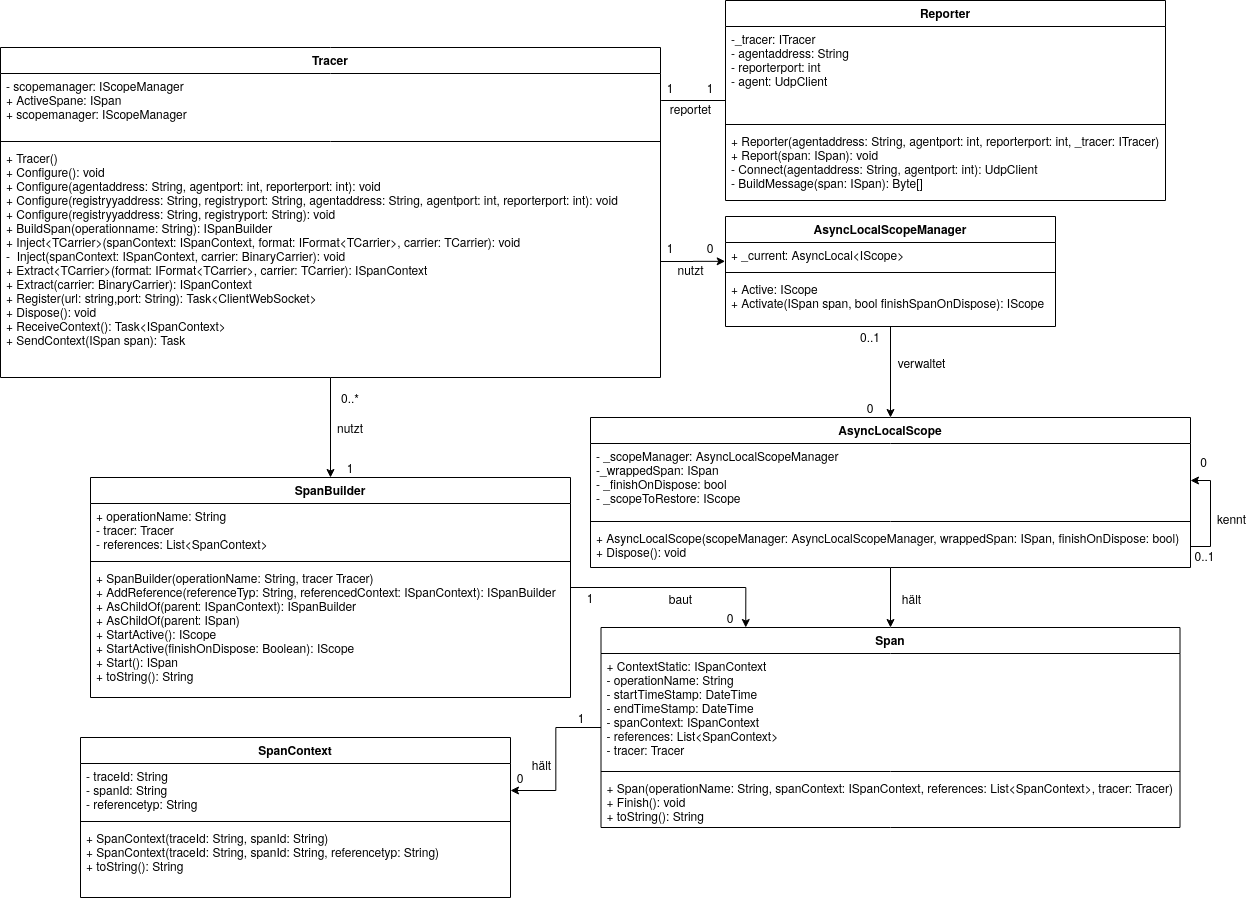
Earlier version of the draw.io export img/Implementierung/TraktorKlassendiagramm.png (Soockee/bachelor-thesis). Source tidied: cells renumbered, new cells last; positions are measured from the earlier drawing's top-left corner, leaving out a move shared by most shapes. The source it was exported from:
```xml
<mxGraphModel>
  <root>
    <mxCell id="0" />
    <mxCell id="1" parent="0" />
    <mxCell id="2" style="edgeStyle=orthogonalEdgeStyle;rounded=0;jettySize=auto;html=1;endArrow=classic;endFill=1;fontSize=12;entryX=0.25;entryY=0;entryDx=0;entryDy=0;" parent="1" edge="1" source="30" target="34">
      <mxGeometry relative="1" as="geometry" />
    </mxCell>
    <mxCell id="3" value="baut" style="text;html=1;align=center;verticalAlign=middle;fontSize=12;" parent="2" vertex="1">
      <mxGeometry x="0.2" y="-4" relative="1" as="geometry">
        <mxPoint x="-19.4" y="6" as="offset" />
      </mxGeometry>
    </mxCell>
    <mxCell id="4" style="edgeStyle=orthogonalEdgeStyle;rounded=0;jettySize=auto;html=1;endArrow=classic;endFill=1;fontSize=12;entryX=0.5;entryY=0;entryDx=0;entryDy=0;" parent="1" edge="1" source="54" target="30">
      <mxGeometry relative="1" as="geometry" />
    </mxCell>
    <mxCell id="5" style="edgeStyle=orthogonalEdgeStyle;rounded=0;jettySize=auto;html=1;endArrow=classic;endFill=1;fontSize=12;entryX=1;entryY=0.5;entryDx=0;entryDy=0;" parent="1" edge="1" source="34" target="39">
      <mxGeometry relative="1" as="geometry" />
    </mxCell>
    <mxCell id="6" value="hält" style="text;html=1;align=center;verticalAlign=middle;fontSize=12;" parent="5" vertex="1">
      <mxGeometry x="0.17" relative="1" as="geometry">
        <mxPoint x="-15.3" y="-8.2" as="offset" />
      </mxGeometry>
    </mxCell>
    <mxCell id="7" style="edgeStyle=orthogonalEdgeStyle;rounded=0;jettySize=auto;html=1;endArrow=none;endFill=0;fontSize=12;entryX=1.001;entryY=0.422;entryDx=0;entryDy=0;entryPerimeter=0;" parent="1" edge="1" source="15" target="55">
      <mxGeometry relative="1" as="geometry" />
    </mxCell>
    <mxCell id="8" value="reportet" style="text;html=1;align=center;verticalAlign=middle;fontSize=12;" parent="7" vertex="1">
      <mxGeometry x="0.27" y="-1" relative="1" as="geometry">
        <mxPoint x="6.1" y="8" as="offset" />
      </mxGeometry>
    </mxCell>
    <mxCell id="9" style="edgeStyle=orthogonalEdgeStyle;rounded=0;jettySize=auto;html=1;endArrow=classic;endFill=1;fontSize=12;entryX=0.5;entryY=0;entryDx=0;entryDy=0;" parent="1" edge="1" source="19" target="23">
      <mxGeometry relative="1" as="geometry" />
    </mxCell>
    <mxCell id="10" value="verwaltet" style="text;html=1;align=center;verticalAlign=middle;fontSize=12;" parent="9" vertex="1">
      <mxGeometry x="-0.22" y="2" relative="1" as="geometry">
        <mxPoint x="28" as="offset" />
      </mxGeometry>
    </mxCell>
    <mxCell id="11" style="edgeStyle=orthogonalEdgeStyle;rounded=0;jettySize=auto;html=1;endArrow=classic;endFill=1;fontSize=12;entryX=0.5;entryY=0;entryDx=0;entryDy=0;" parent="1" edge="1" source="23" target="34">
      <mxGeometry relative="1" as="geometry" />
    </mxCell>
    <mxCell id="12" value="hält" style="text;html=1;align=center;verticalAlign=middle;fontSize=12;" parent="11" vertex="1">
      <mxGeometry x="0.78" y="1" relative="1" as="geometry">
        <mxPoint x="19" y="-23.1" as="offset" />
      </mxGeometry>
    </mxCell>
    <mxCell id="13" style="edgeStyle=orthogonalEdgeStyle;rounded=0;jettySize=auto;html=1;endArrow=none;endFill=0;fontSize=12;entryX=1;entryY=0.5;entryDx=0;entryDy=0;exitX=-0.001;exitY=0.725;exitDx=0;exitDy=0;exitPerimeter=0;startArrow=classic;startFill=1;" parent="1" edge="1" source="20" target="57">
      <mxGeometry relative="1" as="geometry" />
    </mxCell>
    <mxCell id="14" value="nutzt" style="text;html=1;align=center;verticalAlign=middle;fontSize=12;" parent="13" vertex="1">
      <mxGeometry x="0.27" relative="1" as="geometry">
        <mxPoint x="6.5" y="7" as="offset" />
      </mxGeometry>
    </mxCell>
    <mxCell id="15" value="Reporter" style="swimlane;fontStyle=1;align=center;verticalAlign=top;horizontal=1;startSize=26;" parent="1" vertex="1">
      <mxGeometry x="725" width="440" height="200" as="geometry" />
    </mxCell>
    <mxCell id="16" value="-_tracer: ITracer&#10;- agentaddress: String&#10;- reporterport: int&#10;- agent: UdpClient&#10;" style="text;strokeColor=none;fillColor=none;align=left;verticalAlign=top;spacingLeft=4;spacingRight=4;overflow=hidden;" parent="15" vertex="1">
      <mxGeometry y="26" width="440" height="94" as="geometry" />
    </mxCell>
    <mxCell id="17" style="line;strokeWidth=1;fillColor=none;align=left;verticalAlign=middle;spacingTop=-1;spacingLeft=3;spacingRight=3;labelPosition=right;" parent="15" vertex="1">
      <mxGeometry y="120" width="440" height="8" as="geometry" />
    </mxCell>
    <mxCell id="18" value="+ Reporter(agentaddress: String, agentport: int, reporterport: int, _tracer: ITracer)&#10;+ Report(span: ISpan): void&#10;- Connect(agentaddress: String, agentport: int): UdpClient&#10;- BuildMessage(span: ISpan): Byte[]&#10;" style="text;strokeColor=none;fillColor=none;align=left;verticalAlign=top;spacingLeft=4;spacingRight=4;overflow=hidden;" parent="15" vertex="1">
      <mxGeometry y="128" width="440" height="72" as="geometry" />
    </mxCell>
    <mxCell id="19" value="AsyncLocalScopeManager" style="swimlane;fontStyle=1;align=center;verticalAlign=top;horizontal=1;startSize=26;fontSize=12;" parent="1" vertex="1">
      <mxGeometry x="725" y="216" width="330" height="110" as="geometry" />
    </mxCell>
    <mxCell id="20" value="+ _current: AsyncLocal&lt;IScope&gt;&#10;" style="text;strokeColor=none;fillColor=none;align=left;verticalAlign=top;spacingLeft=4;spacingRight=4;overflow=hidden;points=[[0,0.5],[1,0.5]];portConstraint=eastwest;" parent="19" vertex="1">
      <mxGeometry y="26" width="330" height="26" as="geometry" />
    </mxCell>
    <mxCell id="21" style="line;strokeWidth=1;fillColor=none;align=left;verticalAlign=middle;spacingTop=-1;spacingLeft=3;spacingRight=3;labelPosition=right;" parent="19" vertex="1">
      <mxGeometry y="52" width="330" height="8" as="geometry" />
    </mxCell>
    <mxCell id="22" value="+ Active: IScope&#10;+ Activate(ISpan span, bool finishSpanOnDispose): IScope&#10;" style="text;strokeColor=none;fillColor=none;align=left;verticalAlign=top;spacingLeft=4;spacingRight=4;overflow=hidden;" parent="19" vertex="1">
      <mxGeometry y="60" width="330" height="50" as="geometry" />
    </mxCell>
    <mxCell id="23" value="AsyncLocalScope" style="swimlane;fontStyle=1;align=center;verticalAlign=top;horizontal=1;startSize=26;fontSize=12;" parent="1" vertex="1">
      <mxGeometry x="590" y="417" width="600" height="150" as="geometry" />
    </mxCell>
    <mxCell id="24" value="- _scopeManager: AsyncLocalScopeManager&#10;        -_wrappedSpan: ISpan&#10;        - _finishOnDispose: bool&#10;                - _scopeToRestore: IScope" style="text;strokeColor=none;fillColor=none;align=left;verticalAlign=top;spacingLeft=4;spacingRight=4;overflow=hidden;points=[[0,0.5],[1,0.5]];portConstraint=eastwest;" parent="23" vertex="1">
      <mxGeometry y="26" width="600" height="74" as="geometry" />
    </mxCell>
    <mxCell id="25" style="line;strokeWidth=1;fillColor=none;align=left;verticalAlign=middle;spacingTop=-1;spacingLeft=3;spacingRight=3;labelPosition=right;" parent="23" vertex="1">
      <mxGeometry y="100" width="600" height="8" as="geometry" />
    </mxCell>
    <mxCell id="26" value="+ AsyncLocalScope(scopeManager: AsyncLocalScopeManager, wrappedSpan: ISpan, finishOnDispose:  bool)&#10;+ Dispose(): void&#10;" style="text;strokeColor=none;fillColor=none;align=left;verticalAlign=top;spacingLeft=4;spacingRight=4;overflow=hidden;points=[[0,0.5],[1,0.5]];portConstraint=eastwest;" parent="23" vertex="1">
      <mxGeometry y="108" width="600" height="42" as="geometry" />
    </mxCell>
    <mxCell id="27" style="edgeStyle=orthogonalEdgeStyle;rounded=0;jettySize=auto;html=1;endArrow=none;endFill=0;fontSize=12;entryX=1;entryY=0.5;entryDx=0;entryDy=0;exitX=1;exitY=0.5;exitDx=0;exitDy=0;startArrow=classic;startFill=1;" parent="23" edge="1" source="24" target="26">
      <mxGeometry relative="1" as="geometry">
        <Array as="points">
          <mxPoint x="620" y="63" />
          <mxPoint x="620" y="129" />
        </Array>
      </mxGeometry>
    </mxCell>
    <mxCell id="28" value="0..1" style="text;html=1;align=center;verticalAlign=middle;fontSize=12;" parent="27" vertex="1">
      <mxGeometry x="0.18" y="-4" relative="1" as="geometry">
        <mxPoint x="-3" y="30.6" as="offset" />
      </mxGeometry>
    </mxCell>
    <mxCell id="29" value="kennt" style="text;html=1;align=center;verticalAlign=middle;fontSize=12;" parent="27" vertex="1">
      <mxGeometry x="-0.12" y="2" relative="1" as="geometry">
        <mxPoint x="18" y="10.2" as="offset" />
      </mxGeometry>
    </mxCell>
    <mxCell id="30" value="SpanBuilder" style="swimlane;fontStyle=1;align=center;verticalAlign=top;horizontal=1;startSize=26;fontSize=12;" parent="1" vertex="1">
      <mxGeometry x="90" y="477" width="480" height="220" as="geometry" />
    </mxCell>
    <mxCell id="31" value="+ operationName: String&#10;- tracer: Tracer&#10;- references: List&lt;SpanContext&gt;&#10;" style="text;strokeColor=none;fillColor=none;align=left;verticalAlign=top;spacingLeft=4;spacingRight=4;overflow=hidden;fontStyle=0;" parent="30" vertex="1">
      <mxGeometry y="26" width="480" height="54" as="geometry" />
    </mxCell>
    <mxCell id="32" style="line;strokeWidth=1;fillColor=none;align=left;verticalAlign=middle;spacingTop=-1;spacingLeft=3;spacingRight=3;labelPosition=right;" parent="30" vertex="1">
      <mxGeometry y="80" width="480" height="8" as="geometry" />
    </mxCell>
    <mxCell id="33" value="+ SpanBuilder(operationName: String, tracer Tracer)&#10;+ AddReference(referenceTyp: String, referencedContext: ISpanContext): ISpanBuilder&#10;+ AsChildOf(parent: ISpanContext): ISpanBuilder&#10;+ AsChildOf(parent: ISpan)&#10;+ StartActive(): IScope&#10;+ StartActive(finishOnDispose: Boolean): IScope&#10;+ Start(): ISpan&#10;+ toString(): String&#10;" style="text;strokeColor=none;fillColor=none;align=left;verticalAlign=top;spacingLeft=4;spacingRight=4;overflow=hidden;" parent="30" vertex="1">
      <mxGeometry y="88" width="480" height="132" as="geometry" />
    </mxCell>
    <mxCell id="34" value="Span" style="swimlane;fontStyle=1;align=center;verticalAlign=top;horizontal=1;startSize=26;" parent="1" vertex="1">
      <mxGeometry x="600.5" y="627" width="579" height="200" as="geometry" />
    </mxCell>
    <mxCell id="35" value="+ ContextStatic: ISpanContext&#10;        - operationName: String&#10;        - startTimeStamp: DateTime&#10;        - endTimeStamp: DateTime&#10;        - spanContext: ISpanContext&#10;        - references: List&lt;SpanContext&gt;&#10;- tracer: Tracer" style="text;strokeColor=none;fillColor=none;align=left;verticalAlign=top;spacingLeft=4;spacingRight=4;overflow=hidden;" parent="34" vertex="1">
      <mxGeometry y="26" width="579" height="114" as="geometry" />
    </mxCell>
    <mxCell id="36" style="line;strokeWidth=1;fillColor=none;align=left;verticalAlign=middle;spacingTop=-1;spacingLeft=3;spacingRight=3;labelPosition=right;" parent="34" vertex="1">
      <mxGeometry y="140" width="579" height="8" as="geometry" />
    </mxCell>
    <mxCell id="37" value="+ Span(operationName: String, spanContext: ISpanContext, references: List&lt;SpanContext&gt;, tracer: Tracer)&#10;+ Finish(): void&#10;+ toString(): String&#10;" style="text;strokeColor=none;fillColor=none;align=left;verticalAlign=top;spacingLeft=4;spacingRight=4;overflow=hidden;" parent="34" vertex="1">
      <mxGeometry y="148" width="579" height="52" as="geometry" />
    </mxCell>
    <mxCell id="38" value="SpanContext" style="swimlane;fontStyle=1;align=center;verticalAlign=top;horizontal=1;startSize=26;fontSize=12;" parent="1" vertex="1">
      <mxGeometry x="80" y="737" width="430" height="160" as="geometry" />
    </mxCell>
    <mxCell id="39" value="- traceId: String&#10;        - spanId: String&#10;        - referencetyp: String&#10;" style="text;strokeColor=none;fillColor=none;align=left;verticalAlign=top;spacingLeft=4;spacingRight=4;overflow=hidden;points=[[0,0.5],[1,0.5]];portConstraint=eastwest;" parent="38" vertex="1">
      <mxGeometry y="26" width="430" height="54" as="geometry" />
    </mxCell>
    <mxCell id="40" style="line;strokeWidth=1;fillColor=none;align=left;verticalAlign=middle;spacingTop=-1;spacingLeft=3;spacingRight=3;labelPosition=right;" parent="38" vertex="1">
      <mxGeometry y="80" width="430" height="8" as="geometry" />
    </mxCell>
    <mxCell id="41" value="+ SpanContext(traceId: String, spanId: String)&#10;+ SpanContext(traceId: String, spanId: String, referencetyp: String)&#10;+ toString(): String&#10;" style="text;strokeColor=none;fillColor=none;align=left;verticalAlign=top;spacingLeft=4;spacingRight=4;overflow=hidden;" parent="38" vertex="1">
      <mxGeometry y="88" width="430" height="72" as="geometry" />
    </mxCell>
    <mxCell id="42" value="nutzt" style="text;html=1;strokeColor=none;fillColor=none;align=center;verticalAlign=middle;whiteSpace=wrap;rounded=0;fontSize=12;" parent="1" vertex="1">
      <mxGeometry x="330" y="417" width="40" height="20" as="geometry" />
    </mxCell>
    <mxCell id="43" value="0..*" style="text;html=1;strokeColor=none;fillColor=none;align=center;verticalAlign=middle;whiteSpace=wrap;rounded=0;fontSize=12;" parent="1" vertex="1">
      <mxGeometry x="330" y="387" width="40" height="20" as="geometry" />
    </mxCell>
    <mxCell id="44" value="1" style="text;html=1;strokeColor=none;fillColor=none;align=center;verticalAlign=middle;whiteSpace=wrap;rounded=0;fontSize=12;" parent="1" vertex="1">
      <mxGeometry x="330" y="457" width="40" height="20" as="geometry" />
    </mxCell>
    <mxCell id="45" value="1" style="text;html=1;strokeColor=none;fillColor=none;align=center;verticalAlign=middle;whiteSpace=wrap;rounded=0;fontSize=12;" parent="1" vertex="1">
      <mxGeometry x="570" y="587" width="40" height="20" as="geometry" />
    </mxCell>
    <mxCell id="46" value="0" style="text;html=1;strokeColor=none;fillColor=none;align=center;verticalAlign=middle;whiteSpace=wrap;rounded=0;fontSize=12;" parent="1" vertex="1">
      <mxGeometry x="710" y="607" width="40" height="20" as="geometry" />
    </mxCell>
    <mxCell id="47" value="0" style="text;html=1;align=center;verticalAlign=middle;fontSize=12;" parent="1" vertex="1">
      <mxGeometry x="1205" y="430" as="geometry">
        <mxPoint x="-3" y="30.6" as="offset" />
      </mxGeometry>
    </mxCell>
    <mxCell id="48" value="0" style="text;html=1;strokeColor=none;fillColor=none;align=center;verticalAlign=middle;whiteSpace=wrap;rounded=0;fontSize=12;" parent="1" vertex="1">
      <mxGeometry x="850" y="397" width="40" height="20" as="geometry" />
    </mxCell>
    <mxCell id="49" value="0..1" style="text;html=1;strokeColor=none;fillColor=none;align=center;verticalAlign=middle;whiteSpace=wrap;rounded=0;fontSize=12;" parent="1" vertex="1">
      <mxGeometry x="850" y="326" width="40" height="20" as="geometry" />
    </mxCell>
    <mxCell id="50" value="1" style="text;html=1;strokeColor=none;fillColor=none;align=center;verticalAlign=middle;whiteSpace=wrap;rounded=0;fontSize=12;" parent="1" vertex="1">
      <mxGeometry x="690" y="77" width="40" height="20" as="geometry" />
    </mxCell>
    <mxCell id="51" value="1" style="text;html=1;strokeColor=none;fillColor=none;align=center;verticalAlign=middle;whiteSpace=wrap;rounded=0;fontSize=12;" parent="1" vertex="1">
      <mxGeometry x="650" y="77" width="40" height="20" as="geometry" />
    </mxCell>
    <mxCell id="52" value="1" style="text;html=1;strokeColor=none;fillColor=none;align=center;verticalAlign=middle;whiteSpace=wrap;rounded=0;fontSize=12;" parent="1" vertex="1">
      <mxGeometry x="560.5" y="707" width="40" height="20" as="geometry" />
    </mxCell>
    <mxCell id="53" value="0" style="text;html=1;strokeColor=none;fillColor=none;align=center;verticalAlign=middle;whiteSpace=wrap;rounded=0;fontSize=12;" parent="1" vertex="1">
      <mxGeometry x="500" y="767" width="40" height="20" as="geometry" />
    </mxCell>
    <mxCell id="54" value="Tracer" style="swimlane;fontStyle=1;align=center;verticalAlign=top;horizontal=1;startSize=26;" parent="1" vertex="1">
      <mxGeometry y="47" width="660" height="330" as="geometry" />
    </mxCell>
    <mxCell id="55" value="- scopemanager: IScopeManager&#10;+ ActiveSpane: ISpan&#10;+ scopemanager: IScopeManager&#10;&#10;&#10;&#10;&#10;" style="text;strokeColor=none;fillColor=none;align=left;verticalAlign=top;spacingLeft=4;spacingRight=4;overflow=hidden;points=[[0,0.5],[1,0.5]];portConstraint=eastwest;" parent="54" vertex="1">
      <mxGeometry y="26" width="660" height="64" as="geometry" />
    </mxCell>
    <mxCell id="56" style="line;strokeWidth=1;fillColor=none;align=left;verticalAlign=middle;spacingTop=-1;spacingLeft=3;spacingRight=3;labelPosition=right;" parent="54" vertex="1">
      <mxGeometry y="90" width="660" height="8" as="geometry" />
    </mxCell>
    <mxCell id="57" value="+ Tracer()&#10;+ Configure(): void&#10;+ Configure(agentaddress: String, agentport: int, reporterport: int): void&#10;+ Configure(registryyaddress: String, registryport: String, agentaddress: String, agentport: int, reporterport: int): void&#10;+ Configure(registryyaddress: String, registryport: String): void&#10;+ BuildSpan(operationname: String): ISpanBuilder&#10;+ Inject&lt;TCarrier&gt;(spanContext: ISpanContext, format: IFormat&lt;TCarrier&gt;, carrier: TCarrier): void&#10;-  Inject(spanContext: ISpanContext, carrier: BinaryCarrier): void&#10;+ Extract&lt;TCarrier&gt;(format: IFormat&lt;TCarrier&gt;, carrier: TCarrier): ISpanContext&#10;+ Extract(carrier: BinaryCarrier): ISpanContext&#10;+ Register(url: string,port: String): Task&lt;ClientWebSocket&gt;&#10;+ Dispose(): void&#10;+  ReceiveContext(): Task&lt;ISpanContext&gt;  &#10;+ SendContext(ISpan span): Task &#10;&#10;&#10;" style="text;strokeColor=none;fillColor=none;align=left;verticalAlign=top;spacingLeft=4;spacingRight=4;overflow=hidden;points=[[0,0.5],[1,0.5]];portConstraint=eastwest;" parent="54" vertex="1">
      <mxGeometry y="98" width="660" height="232" as="geometry" />
    </mxCell>
    <mxCell id="58" value="1" style="text;html=1;strokeColor=none;fillColor=none;align=center;verticalAlign=middle;whiteSpace=wrap;rounded=0;fontSize=12;" parent="1" vertex="1">
      <mxGeometry x="650" y="237" width="40" height="20" as="geometry" />
    </mxCell>
    <mxCell id="59" value="0" style="text;html=1;strokeColor=none;fillColor=none;align=center;verticalAlign=middle;whiteSpace=wrap;rounded=0;fontSize=12;" parent="1" vertex="1">
      <mxGeometry x="690" y="237" width="40" height="20" as="geometry" />
    </mxCell>
  </root>
</mxGraphModel>
```
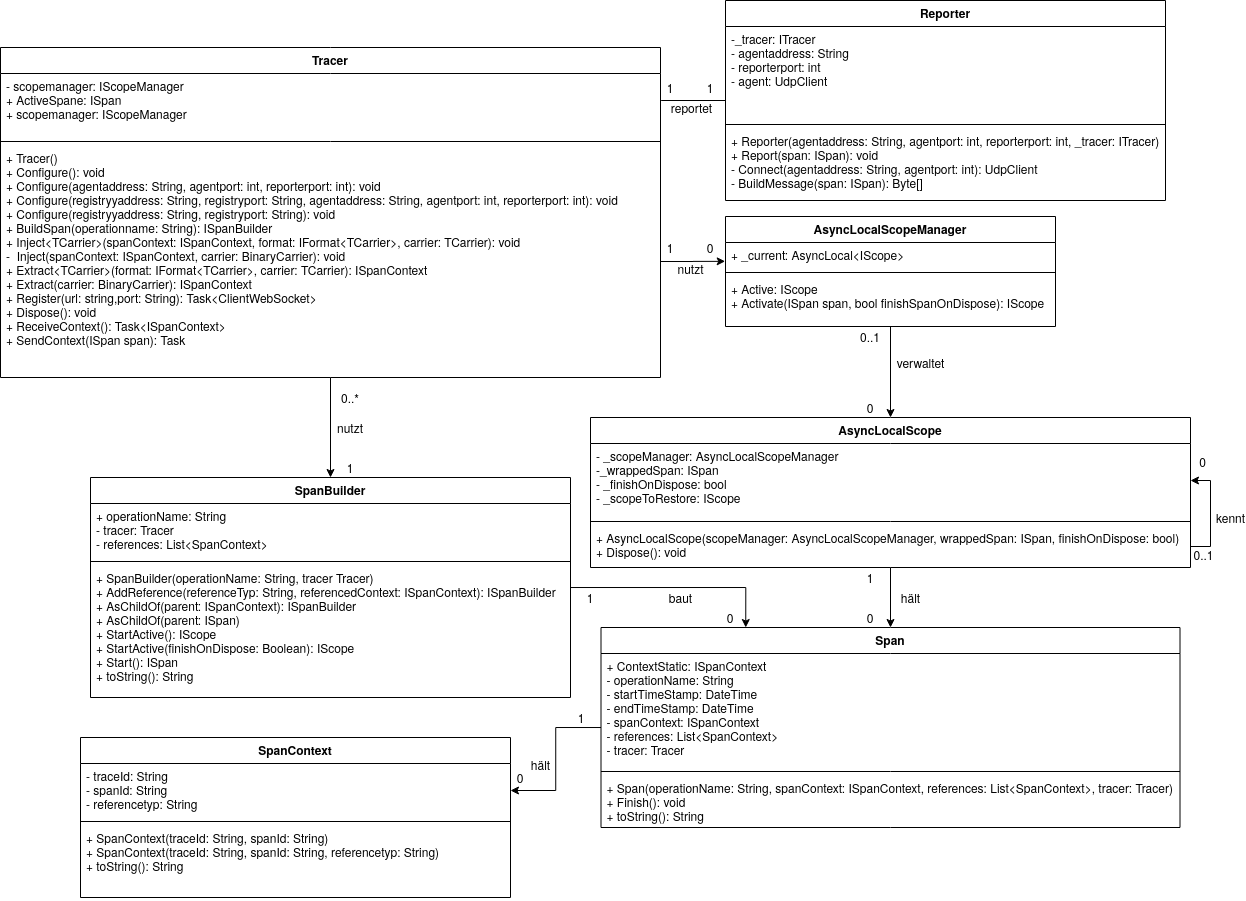
Later version of the same file.

The edit, as a diff of the source:
```diff
@@ -199,5 +199,11 @@
     <mxCell id="59" value="0" style="text;html=1;strokeColor=none;fillColor=none;align=center;verticalAlign=middle;whiteSpace=wrap;rounded=0;fontSize=12;" parent="1" vertex="1">
       <mxGeometry x="690" y="237" width="40" height="20" as="geometry" />
     </mxCell>
+    <mxCell id="60" value="1" style="text;html=1;strokeColor=none;fillColor=none;align=center;verticalAlign=middle;whiteSpace=wrap;rounded=0;fontSize=12;" parent="1" vertex="1">
+      <mxGeometry x="850" y="567" width="40" height="20" as="geometry" />
+    </mxCell>
+    <mxCell id="61" value="0" style="text;html=1;strokeColor=none;fillColor=none;align=center;verticalAlign=middle;whiteSpace=wrap;rounded=0;fontSize=12;" parent="1" vertex="1">
+      <mxGeometry x="850" y="607" width="40" height="20" as="geometry" />
+    </mxCell>
   </root>
 </mxGraphModel>
```
